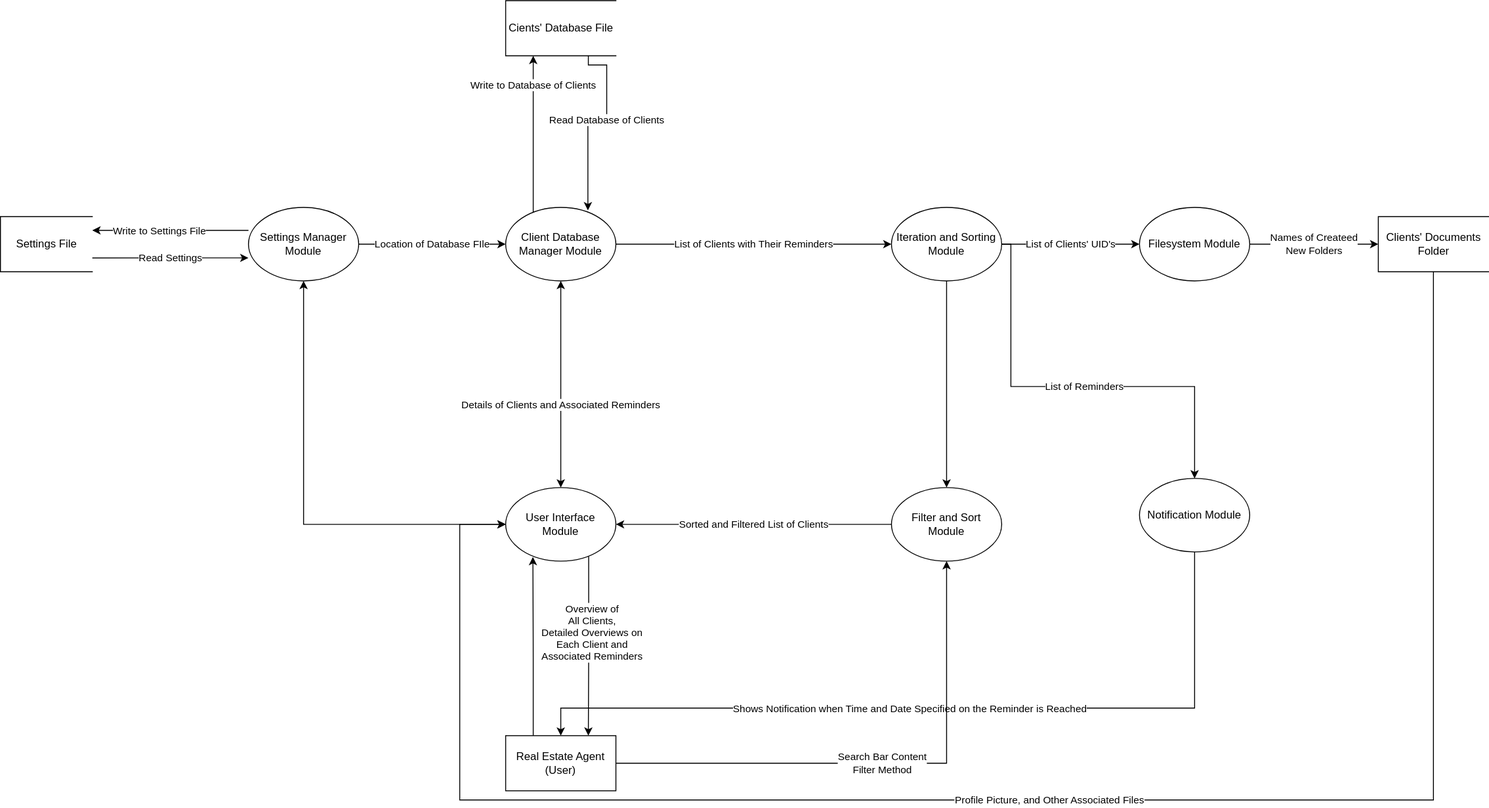
This is docs/dataflow.drawio.svg from amydevs/property-client-manager, a draw.io export, as it was before one commit. Source tidied: cells renumbered, new cells last; positions are measured from the earlier drawing's top-left corner, leaving out a move shared by most shapes.
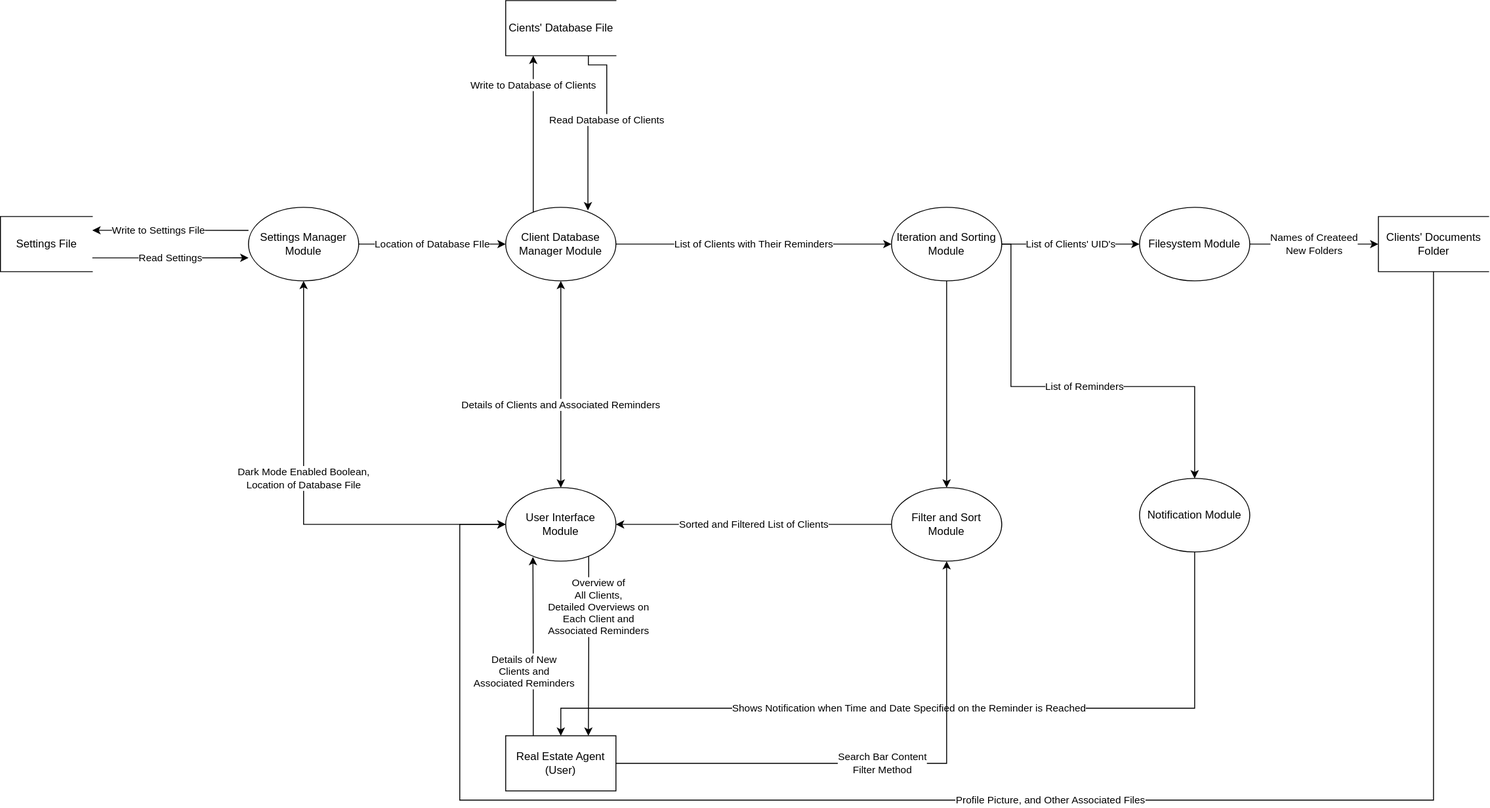
Later version of the same file.

Change to the diagram source:
```diff
@@ -102,22 +102,22 @@
     <mxCell id="24" value="Search Bar Content&lt;br&gt;Filter Method" style="edgeStyle=orthogonalEdgeStyle;rounded=0;html=1;exitX=1;exitY=0.5;exitDx=0;exitDy=0;entryX=0.5;entryY=1;entryDx=0;entryDy=0;" parent="1" edge="1" source="28" target="31">
       <mxGeometry relative="1" as="geometry" />
     </mxCell>
-    <mxCell id="25" style="edgeStyle=orthogonalEdgeStyle;html=1;exitX=0.25;exitY=0;exitDx=0;exitDy=0;entryX=0.247;entryY=0.943;entryDx=0;entryDy=0;entryPerimeter=0;" parent="1" edge="1" source="28" target="33">
-      <mxGeometry relative="1" as="geometry" />
+    <mxCell id="25" value="Details of New&lt;br&gt;Clients and&lt;br&gt;Associated Reminders" style="edgeStyle=orthogonalEdgeStyle;html=1;exitX=0.25;exitY=0;exitDx=0;exitDy=0;entryX=0.247;entryY=0.943;entryDx=0;entryDy=0;entryPerimeter=0;" parent="1" edge="1" source="28" target="33">
+      <mxGeometry x="-0.28" y="10" relative="1" as="geometry" />
     </mxCell>
     <mxCell id="26" value="&lt;span style=&quot;color: rgb(240 , 240 , 240) ; font-family: &amp;#34;helvetica&amp;#34; ; font-size: 11px ; font-style: normal ; font-weight: 400 ; letter-spacing: normal ; text-align: center ; text-indent: 0px ; text-transform: none ; word-spacing: 0px ; background-color: rgb(42 , 42 , 42) ; display: inline ; float: none&quot;&gt;&lt;br&gt;&lt;/span&gt;" style="edgeStyle=orthogonalEdgeStyle;html=1;exitX=0.753;exitY=0.938;exitDx=0;exitDy=0;entryX=0.75;entryY=0;entryDx=0;entryDy=0;exitPerimeter=0;" parent="1" edge="1" source="33" target="28">
       <mxGeometry x="-0.33" y="10" relative="1" as="geometry" />
     </mxCell>
     <mxCell id="27" value="&lt;span style=&quot;font-family: &amp;#34;helvetica&amp;#34;&quot;&gt;Overview of&lt;/span&gt;&lt;br style=&quot;font-family: &amp;#34;helvetica&amp;#34;&quot;&gt;&lt;span style=&quot;font-family: &amp;#34;helvetica&amp;#34;&quot;&gt;All Clients,&lt;br&gt;Detailed Overviews on&lt;br&gt;Each Client and&lt;br&gt;Associated Reminders&lt;/span&gt;" style="edgeLabel;html=1;align=center;verticalAlign=middle;" parent="26" vertex="1">
       <mxGeometry x="-0.18" y="3" relative="1" as="geometry">
-        <mxPoint y="2" as="offset" />
+        <mxPoint x="7" y="-25" as="offset" />
       </mxGeometry>
     </mxCell>
     <mxCell id="28" value="Real Estate Agent (User)" style="rounded=0;whiteSpace=wrap;html=1;" parent="1" vertex="1">
       <mxGeometry x="550" y="800" width="120" height="60" as="geometry" />
     </mxCell>
-    <mxCell id="29" style="edgeStyle=orthogonalEdgeStyle;rounded=0;html=1;exitX=0;exitY=0.5;exitDx=0;exitDy=0;entryX=0.5;entryY=1;entryDx=0;entryDy=0;startArrow=classic;startFill=1;" parent="1" edge="1" source="33" target="5">
-      <mxGeometry relative="1" as="geometry" />
+    <mxCell id="29" value="Dark Mode Enabled Boolean,&lt;br&gt;Location of Database File" style="edgeStyle=orthogonalEdgeStyle;rounded=0;html=1;exitX=0;exitY=0.5;exitDx=0;exitDy=0;entryX=0.5;entryY=1;entryDx=0;entryDy=0;startArrow=classic;startFill=1;" parent="1" edge="1" source="33" target="5">
+      <mxGeometry x="0.11" relative="1" as="geometry" />
     </mxCell>
     <mxCell id="30" value="Sorted and Filtered List of Clients" style="edgeStyle=orthogonalEdgeStyle;rounded=0;html=1;exitX=0;exitY=0.5;exitDx=0;exitDy=0;entryX=1;entryY=0.5;entryDx=0;entryDy=0;" parent="1" edge="1" source="31" target="33">
       <mxGeometry relative="1" as="geometry" />
```
